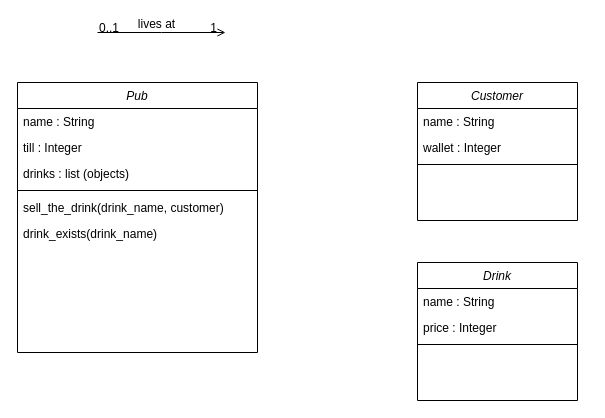
Above: ClassDiagram.drawio in Michalju/week2_day3_PubLab (draw.io), before the change. Source tidied: cells renumbered, new cells numbered last; positions are measured from the earlier drawing's top-left corner, leaving out a move shared by most shapes. Both pictures are drawn from the tidied source at 100%, with x=0, y=0 at pixel (17, 32).
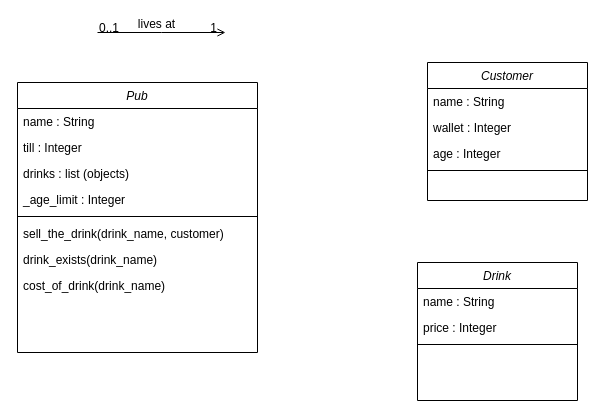
The same diagram, later.

The change refers to these unchanged cells:
```xml
<mxCell id="2" value="Pub" style="swimlane;fontStyle=2;align=center;verticalAlign=top;horizontal=1;startSize=26;rounded=0;shadow=0;strokeWidth=1;" parent="1" vertex="1">
  <mxGeometry y="50" width="240" height="270" as="geometry" />
</mxCell>
```

What changed in the source:
```diff
@@
+    <mxCell id="23" value="_age_limit : Integer " style="text;align=left;verticalAlign=top;spacingLeft=4;spacingRight=4;overflow=hidden;rounded=0;shadow=0;html=0;" parent="2" vertex="1">
+      <mxGeometry y="104" width="240" height="26" as="geometry" />
+    </mxCell>
     <mxCell id="6" style="line;html=1;strokeWidth=1;align=left;verticalAlign=middle;spacingTop=-1;spacingLeft=3;spacingRight=3;labelPosition=right;" parent="2" vertex="1">
-      <mxGeometry y="104" width="240" height="8" as="geometry" />
+      <mxGeometry y="130" width="240" height="8" as="geometry" />
     </mxCell>
     <mxCell id="7" value="sell_the_drink(drink_name, customer) &#10;" style="text;align=left;verticalAlign=top;spacingLeft=4;spacingRight=4;overflow=hidden;" parent="2" vertex="1">
-      <mxGeometry y="112" width="240" height="26" as="geometry" />
+      <mxGeometry y="138" width="240" height="26" as="geometry" />
     </mxCell>
     <mxCell id="8" value="drink_exists(drink_name) &#10;" style="text;align=left;verticalAlign=top;spacingLeft=4;spacingRight=4;overflow=hidden;" parent="2" vertex="1">
-      <mxGeometry y="138" width="240" height="26" as="geometry" />
+      <mxGeometry y="164" width="240" height="26" as="geometry" />
     </mxCell>
+    <mxCell id="24" value="cost_of_drink(drink_name) &#10;" style="text;align=left;verticalAlign=top;spacingLeft=4;spacingRight=4;overflow=hidden;" parent="2" vertex="1">
+      <mxGeometry y="190" width="240" height="26" as="geometry" />
+    </mxCell>
@@
     <mxCell id="18" value="Customer" style="swimlane;fontStyle=2;align=center;verticalAlign=top;horizontal=1;startSize=26;rounded=0;shadow=0;strokeWidth=1;" parent="1" vertex="1">
-      <mxGeometry x="400" y="50" width="160" height="138" as="geometry" />
+      <mxGeometry x="410" y="30" width="160" height="138" as="geometry" />
     </mxCell>
@@
+    <mxCell id="25" value="age : Integer" style="text;align=left;verticalAlign=top;spacingLeft=4;spacingRight=4;overflow=hidden;rounded=0;shadow=0;html=0;" parent="18" vertex="1">
+      <mxGeometry y="78" width="160" height="26" as="geometry" />
+    </mxCell>
     <mxCell id="21" style="line;html=1;strokeWidth=1;align=left;verticalAlign=middle;spacingTop=-1;spacingLeft=3;spacingRight=3;labelPosition=right;" parent="18" vertex="1">
-      <mxGeometry y="78" width="160" height="8" as="geometry" />
+      <mxGeometry y="104" width="160" height="8" as="geometry" />
     </mxCell>
     <mxCell id="22" value=" " style="text;align=left;verticalAlign=top;spacingLeft=4;spacingRight=4;overflow=hidden;" parent="18" vertex="1">
-      <mxGeometry y="86" width="160" height="26" as="geometry" />
+      <mxGeometry y="112" width="160" height="26" as="geometry" />
     </mxCell>
```
